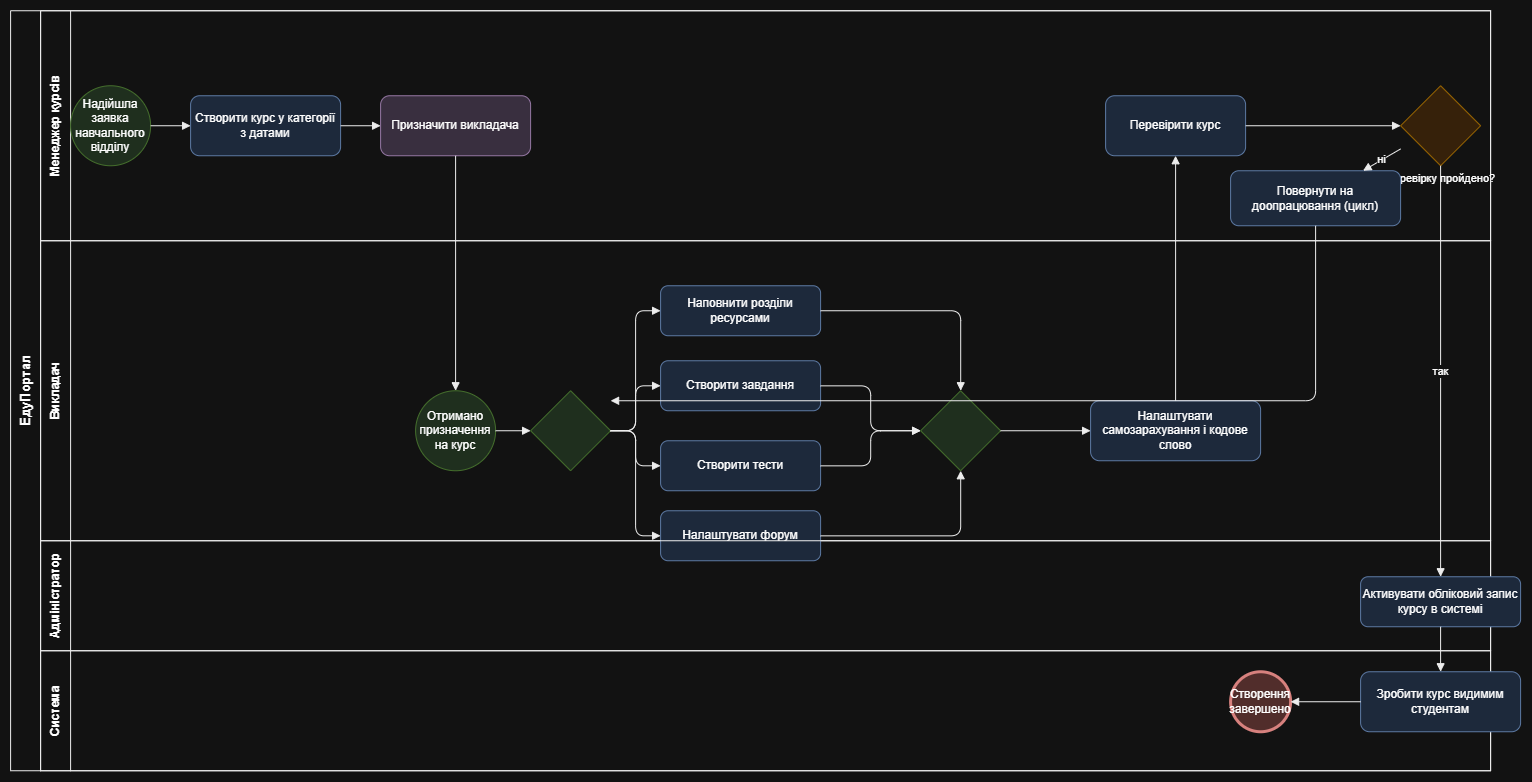
Before: docs/sprint1/bpmn/04_course_creation.png, a diagram exported from draw.io (GlitchBelyi/labsTZYPS). Source tidied: cells renumbered, new cells last; positions are measured from the earlier drawing's top-left corner, leaving out a move shared by most shapes.
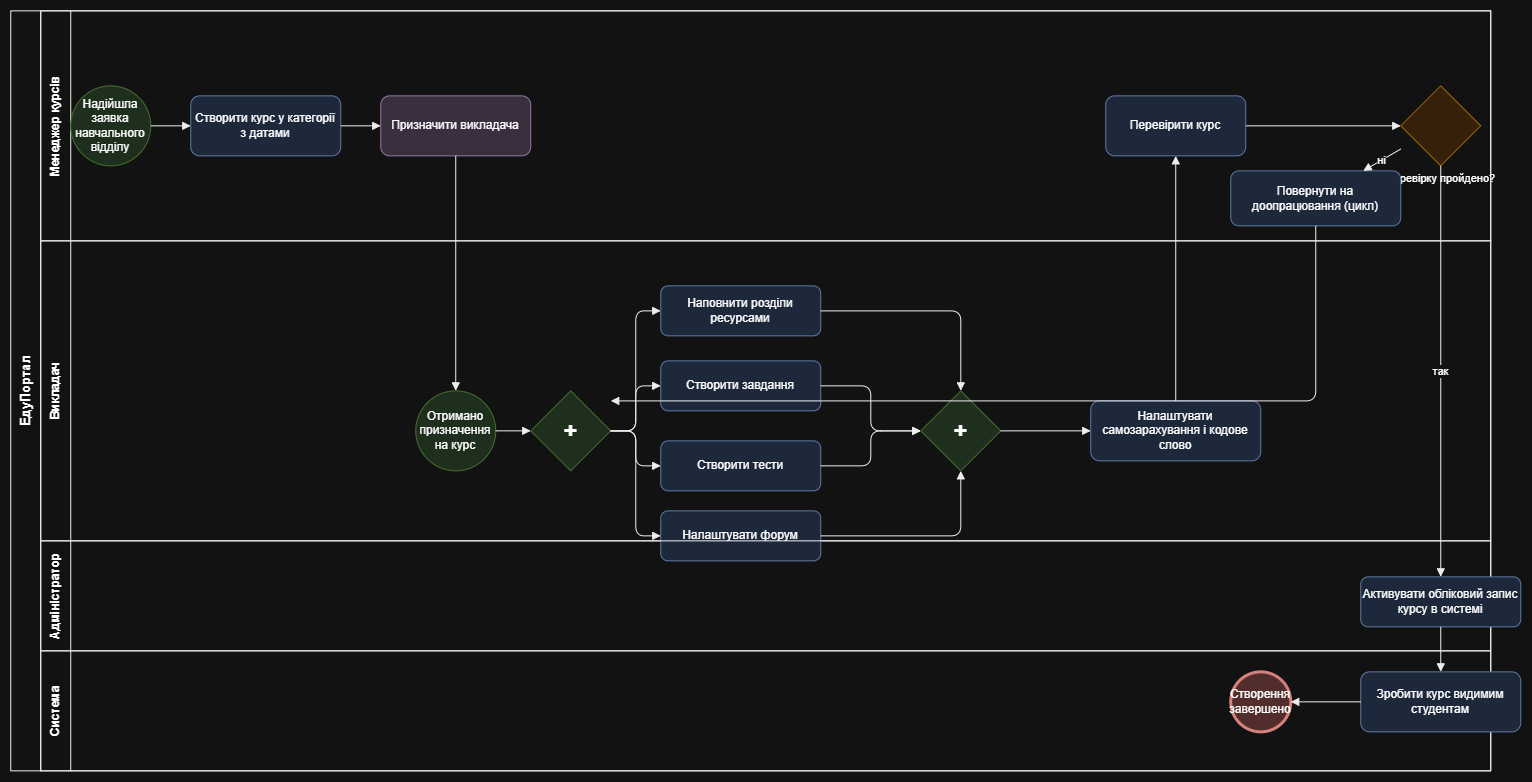
Above is the later version.

The edit, as a diff of the source:
```diff
@@ -44,7 +44,7 @@
     <mxCell id="15" value="Отримано призначення на курс" style="ellipse;whiteSpace=wrap;html=1;fillColor=#d5e8d4;strokeColor=#82b366;" parent="14" vertex="1">
       <mxGeometry x="375" y="150" width="80" height="80" as="geometry" />
     </mxCell>
-    <mxCell id="16" style="shape=mxgraph.bpmn.gateway2;html=1;outlineConnect=0;bpmnGatewayType=parallel;fillColor=#d5e8d4;strokeColor=#82b366;fontSize=16;fontStyle=1;" parent="14" vertex="1">
+    <mxCell id="16" value="+" style="shape=mxgraph.bpmn.gateway2;html=1;outlineConnect=0;bpmnGatewayType=parallel;fillColor=#d5e8d4;strokeColor=#82b366;fontSize=24;fontStyle=1;" parent="14" vertex="1">
       <mxGeometry x="490" y="150" width="80" height="80" as="geometry" />
     </mxCell>
     <mxCell id="17" value="Наповнити розділи ресурсами" style="rounded=1;whiteSpace=wrap;html=1;fillColor=#dae8fc;strokeColor=#6c8ebf;" parent="14" vertex="1">
@@ -59,7 +59,7 @@
     <mxCell id="20" value="Налаштувати форум" style="rounded=1;whiteSpace=wrap;html=1;fillColor=#dae8fc;strokeColor=#6c8ebf;" parent="14" vertex="1">
       <mxGeometry x="620" y="270" width="160" height="50" as="geometry" />
     </mxCell>
-    <mxCell id="21" style="shape=mxgraph.bpmn.gateway2;html=1;outlineConnect=0;bpmnGatewayType=parallel;fillColor=#d5e8d4;strokeColor=#82b366;fontSize=16;fontStyle=1;" parent="14" vertex="1">
+    <mxCell id="21" value="+" style="shape=mxgraph.bpmn.gateway2;html=1;outlineConnect=0;bpmnGatewayType=parallel;fillColor=#d5e8d4;strokeColor=#82b366;fontSize=24;fontStyle=1;" parent="14" vertex="1">
       <mxGeometry x="880" y="150" width="80" height="80" as="geometry" />
     </mxCell>
     <mxCell id="22" value="Налаштувати самозарахування і кодове слово" style="rounded=1;whiteSpace=wrap;html=1;fillColor=#dae8fc;strokeColor=#6c8ebf;" parent="14" vertex="1">
```
